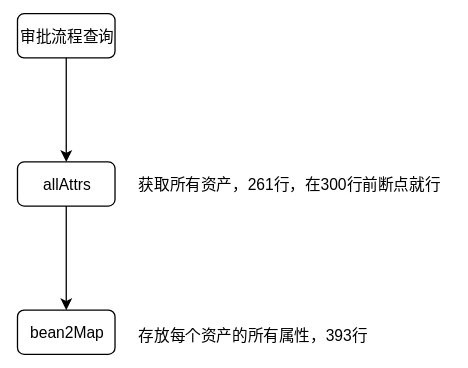
This is 批次.svg from ydh1cnn6/Obsidian, a draw.io export, as it was before one commit. Source tidied: cells renumbered, new cells last; positions are measured from the earlier drawing's top-left corner, leaving out a move shared by most shapes.
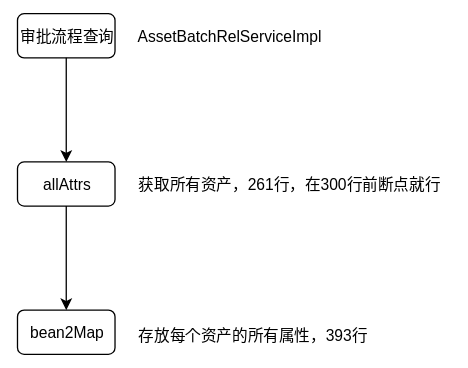
After the commit.

Commit message:
vault backup: 2023-12-21 15:47:28

What changed in the source:
```diff
@@ -23,5 +23,8 @@
     <mxCell id="8" value="获取所有资产，261行，在300行前断点就行" style="text;html=1;align=center;verticalAlign=middle;strokeColor=none;fillColor=none;" parent="1" vertex="1">
       <mxGeometry x="83" y="118" width="250" height="26" as="geometry" />
     </mxCell>
+    <mxCell id="9" value="AssetBatchRelServiceImpl" style="text;html=1;align=center;verticalAlign=middle;strokeColor=none;fillColor=none;" parent="1" vertex="1">
+      <mxGeometry x="83" y="4" width="159" height="26" as="geometry" />
+    </mxCell>
   </root>
 </mxGraphModel>
```
